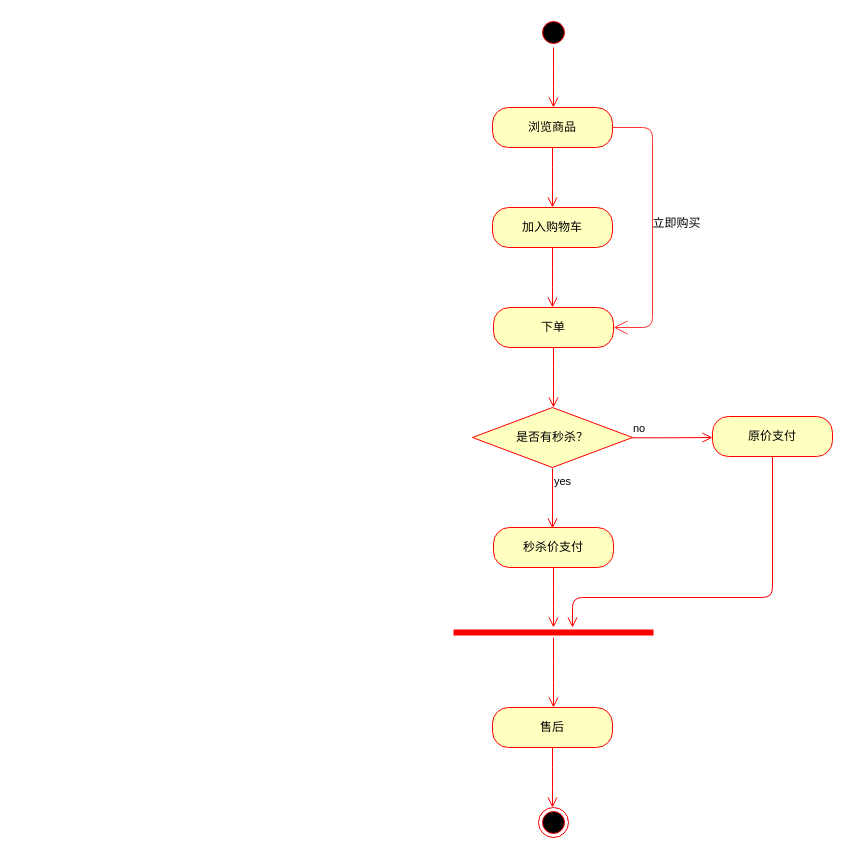
Above: seckill.drawio in evahsiao/workflow (draw.io), before the change. Source tidied: cells renumbered, new cells numbered last; positions are measured from the earlier drawing's top-left corner, leaving out a move shared by most shapes. Both pictures are drawn from the tidied source at 100%, with x=0, y=0 at pixel (453, 17).
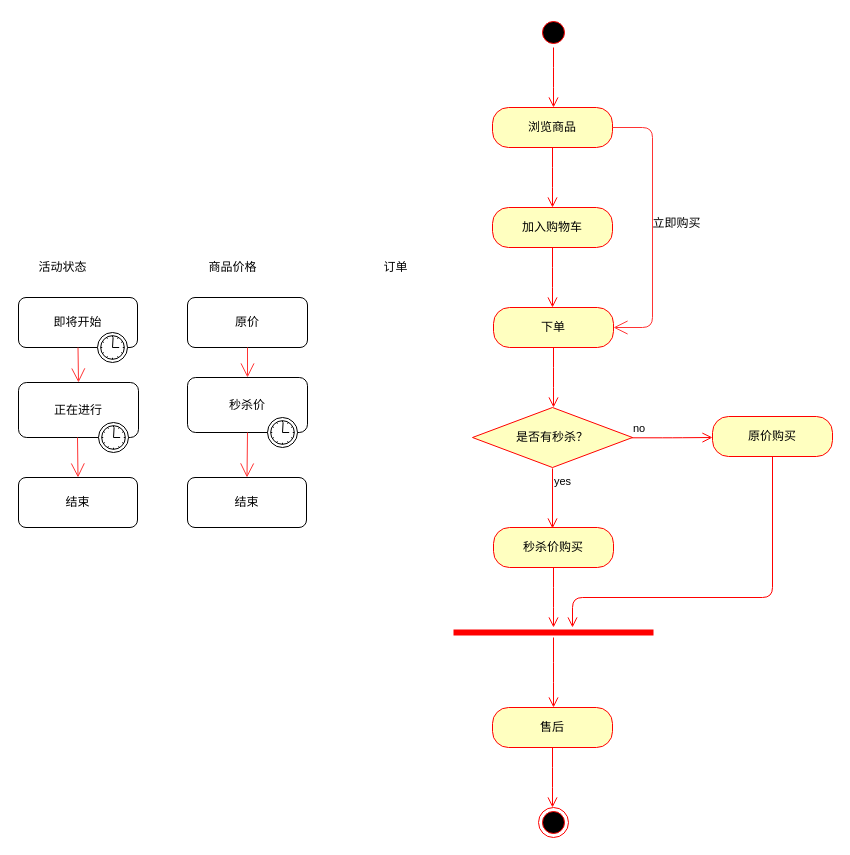
The same diagram, later.

Change to the diagram source:
```diff
@@
-    <mxCell id="16" value="秒杀价支付" style="rounded=1;whiteSpace=wrap;html=1;arcSize=40;fontColor=#000000;fillColor=#ffffc0;strokeColor=#ff0000;" parent="1" vertex="1">
+    <mxCell id="16" value="秒杀价购买" style="rounded=1;whiteSpace=wrap;html=1;arcSize=40;fontColor=#000000;fillColor=#ffffc0;strokeColor=#ff0000;" parent="1" vertex="1">
       <mxGeometry x="40" y="510" width="120" height="40" as="geometry" />
     </mxCell>
@@
-    <mxCell id="18" value="原价支付" style="rounded=1;whiteSpace=wrap;html=1;arcSize=40;fontColor=#000000;fillColor=#ffffc0;strokeColor=#ff0000;" parent="1" vertex="1">
+    <mxCell id="18" value="原价购买" style="rounded=1;whiteSpace=wrap;html=1;arcSize=40;fontColor=#000000;fillColor=#ffffc0;strokeColor=#ff0000;" parent="1" vertex="1">
       <mxGeometry x="259" y="399" width="120" height="40" as="geometry" />
     </mxCell>
@@
+    <mxCell id="24" value="活动状态" style="text;html=1;align=center;verticalAlign=middle;" parent="1" vertex="1">
+      <mxGeometry x="-436" y="240" width="90" height="20" as="geometry" />
+    </mxCell>
+    <mxCell id="25" value="即将开始" style="html=1;whiteSpace=wrap;rounded=1;" parent="1" vertex="1">
+      <mxGeometry x="-435" y="280" width="119" height="50" as="geometry" />
+    </mxCell>
+    <mxCell id="26" style="shape=mxgraph.bpmn.timer_start;perimeter=ellipsePerimeter;html=1;verticalLabelPosition=bottom;labelBackgroundColor=#ffffff;verticalAlign=top;" parent="25" vertex="1">
+      <mxGeometry x="1" y="1" width="30" height="30" relative="1" as="geometry">
+        <mxPoint x="-40" y="-15" as="offset" />
+      </mxGeometry>
+    </mxCell>
+    <mxCell id="27" value="正在进行" style="html=1;whiteSpace=wrap;rounded=1;" parent="1" vertex="1">
+      <mxGeometry x="-435" y="365" width="120" height="55" as="geometry" />
+    </mxCell>
+    <mxCell id="28" style="shape=mxgraph.bpmn.timer_start;perimeter=ellipsePerimeter;html=1;verticalLabelPosition=bottom;labelBackgroundColor=#ffffff;verticalAlign=top;" parent="27" vertex="1">
+      <mxGeometry x="1" y="1" width="30" height="30" relative="1" as="geometry">
+        <mxPoint x="-40" y="-15" as="offset" />
+      </mxGeometry>
+    </mxCell>
+    <mxCell id="29" value="结束" style="shape=ext;rounded=1;html=1;whiteSpace=wrap;" parent="1" vertex="1">
+      <mxGeometry x="-435" y="460" width="119" height="50" as="geometry" />
+    </mxCell>
+    <mxCell id="30" style="endArrow=open;endFill=1;endSize=12;html=1;strokeColor=#FF3333;entryX=0.5;entryY=0;entryDx=0;entryDy=0;exitX=0.5;exitY=1;exitDx=0;exitDy=0;" parent="1" edge="1" source="25" target="27">
+      <mxGeometry relative="1" as="geometry" />
+    </mxCell>
+    <mxCell id="31" style="endArrow=open;endFill=1;endSize=12;html=1;strokeColor=#FF3333;entryX=0.5;entryY=0;entryDx=0;entryDy=0;exitX=0.5;exitY=1;exitDx=0;exitDy=0;" parent="1" edge="1" target="29">
+      <mxGeometry relative="1" as="geometry">
+        <mxPoint x="-376" y="420" as="sourcePoint" />
+      </mxGeometry>
+    </mxCell>
+    <mxCell id="32" value="商品价格" style="text;html=1;align=center;verticalAlign=middle;" parent="1" vertex="1">
+      <mxGeometry x="-266" y="240" width="90" height="20" as="geometry" />
+    </mxCell>
+    <mxCell id="33" value="原价" style="shape=ext;rounded=1;html=1;whiteSpace=wrap;" parent="1" vertex="1">
+      <mxGeometry x="-266" y="280" width="120" height="50" as="geometry" />
+    </mxCell>
+    <mxCell id="34" style="endArrow=open;endFill=1;endSize=12;html=1;strokeColor=#FF3333;entryX=0.5;entryY=0;entryDx=0;entryDy=0;exitX=0.5;exitY=1;exitDx=0;exitDy=0;" parent="1" edge="1" source="33" target="35">
+      <mxGeometry relative="1" as="geometry" />
+    </mxCell>
+    <mxCell id="35" value="秒杀价" style="html=1;whiteSpace=wrap;rounded=1;" parent="1" vertex="1">
+      <mxGeometry x="-266" y="360" width="120" height="55" as="geometry" />
+    </mxCell>
+    <mxCell id="36" style="shape=mxgraph.bpmn.timer_start;perimeter=ellipsePerimeter;html=1;verticalLabelPosition=bottom;labelBackgroundColor=#ffffff;verticalAlign=top;" parent="35" vertex="1">
+      <mxGeometry x="1" y="1" width="30" height="30" relative="1" as="geometry">
+        <mxPoint x="-40" y="-15" as="offset" />
+      </mxGeometry>
+    </mxCell>
+    <mxCell id="37" value="结束" style="shape=ext;rounded=1;html=1;whiteSpace=wrap;" parent="1" vertex="1">
+      <mxGeometry x="-266" y="460" width="119" height="50" as="geometry" />
+    </mxCell>
+    <mxCell id="38" style="endArrow=open;endFill=1;endSize=12;html=1;strokeColor=#FF3333;entryX=0.5;entryY=0;entryDx=0;entryDy=0;exitX=0.5;exitY=1;exitDx=0;exitDy=0;" parent="1" edge="1" source="35" target="37">
+      <mxGeometry relative="1" as="geometry" />
+    </mxCell>
+    <mxCell id="39" value="订单" style="text;html=1;align=center;verticalAlign=middle;" parent="1" vertex="1">
+      <mxGeometry x="-83" y="240" width="50" height="20" as="geometry" />
+    </mxCell>
```
